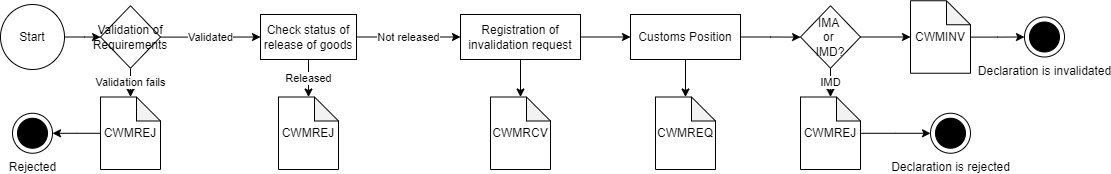
Before: Flows/invalidation.png, a diagram exported from draw.io (skat/dms-public). Source tidied: cells renumbered, new cells last; positions are measured from the earlier drawing's top-left corner, leaving out a move shared by most shapes.
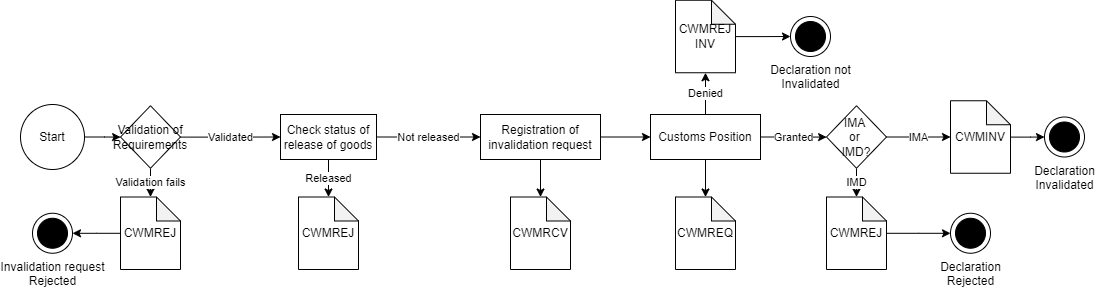
After the change.

Diff of the diagram source:
```diff
@@ -2,7 +2,7 @@
   <root>
     <mxCell id="0" />
     <mxCell id="1" parent="0" />
-    <mxCell id="2" value="Rejected" style="shape=mxgraph.sysml.actFinal;html=1;verticalLabelPosition=bottom;labelBackgroundColor=#ffffff;verticalAlign=top;" parent="1" vertex="1">
+    <mxCell id="2" value="Invalidation request&lt;br&gt;Rejected" style="shape=mxgraph.sysml.actFinal;html=1;verticalLabelPosition=bottom;labelBackgroundColor=#ffffff;verticalAlign=top;" parent="1" vertex="1">
       <mxGeometry x="12" y="112.8" width="40" height="40" as="geometry" />
     </mxCell>
     <mxCell id="3" style="edgeStyle=orthogonalEdgeStyle;rounded=0;jettySize=auto;html=1;" parent="1" edge="1" source="4" target="15">
@@ -40,7 +40,7 @@
         <mxPoint x="630" y="36.5" as="targetPoint" />
       </mxGeometry>
     </mxCell>
-    <mxCell id="14" value="Declaration is invalidated" style="shape=mxgraph.sysml.actFinal;html=1;verticalLabelPosition=bottom;labelBackgroundColor=#ffffff;verticalAlign=top;" parent="1" vertex="1">
+    <mxCell id="14" value="Declaration&lt;br&gt;Invalidated" style="shape=mxgraph.sysml.actFinal;html=1;verticalLabelPosition=bottom;labelBackgroundColor=#ffffff;verticalAlign=top;" parent="1" vertex="1">
       <mxGeometry x="1024" y="16.5" width="40" height="40" as="geometry" />
     </mxCell>
     <mxCell id="15" value="CWMRCV" style="shape=note;whiteSpace=wrap;html=1;backgroundOutline=1;darkOpacity=0.05;size=24;" parent="1" vertex="1">
@@ -58,9 +58,12 @@
     <mxCell id="19" style="edgeStyle=orthogonalEdgeStyle;rounded=0;jettySize=auto;html=1;" parent="1" edge="1" source="21" target="22">
       <mxGeometry relative="1" as="geometry" />
     </mxCell>
-    <mxCell id="20" style="edgeStyle=orthogonalEdgeStyle;rounded=0;jettySize=auto;html=1;" parent="1" edge="1" source="21" target="25">
+    <mxCell id="20" value="Granted" style="edgeStyle=orthogonalEdgeStyle;rounded=0;jettySize=auto;html=1;" parent="1" edge="1" source="21" target="25">
       <mxGeometry relative="1" as="geometry" />
     </mxCell>
+    <mxCell id="31" value="Denied" style="edgeStyle=orthogonalEdgeStyle;rounded=0;jettySize=auto;html=1;" parent="1" edge="1" source="21" target="33">
+      <mxGeometry relative="1" as="geometry" />
+    </mxCell>
     <mxCell id="21" value="Customs Position" style="whiteSpace=wrap;html=1;" parent="1" vertex="1">
       <mxGeometry x="630" y="14" width="110" height="45" as="geometry" />
     </mxCell>
@@ -70,26 +73,35 @@
     <mxCell id="23" value="IMD" style="edgeStyle=orthogonalEdgeStyle;rounded=0;jettySize=auto;html=1;" parent="1" edge="1" source="25" target="28">
       <mxGeometry relative="1" as="geometry" />
     </mxCell>
-    <mxCell id="24" style="edgeStyle=orthogonalEdgeStyle;rounded=0;jettySize=auto;html=1;" parent="1" edge="1" source="25" target="30">
+    <mxCell id="24" value="IMA" style="edgeStyle=orthogonalEdgeStyle;rounded=0;jettySize=auto;html=1;" parent="1" edge="1" source="25" target="30">
       <mxGeometry relative="1" as="geometry" />
     </mxCell>
     <mxCell id="25" value="IMA&amp;nbsp;&lt;br&gt;or&amp;nbsp;&lt;br&gt;IMD?" style="rhombus;whiteSpace=wrap;html=1;" parent="1" vertex="1">
-      <mxGeometry x="800" y="5.2" width="60" height="62.5" as="geometry" />
+      <mxGeometry x="806" y="5.2" width="60" height="62.5" as="geometry" />
     </mxCell>
-    <mxCell id="26" value="Declaration is rejected" style="shape=mxgraph.sysml.actFinal;html=1;verticalLabelPosition=bottom;labelBackgroundColor=#ffffff;verticalAlign=top;" parent="1" vertex="1">
+    <mxCell id="26" value="Declaration&lt;br&gt;Rejected" style="shape=mxgraph.sysml.actFinal;html=1;verticalLabelPosition=bottom;labelBackgroundColor=#ffffff;verticalAlign=top;" parent="1" vertex="1">
       <mxGeometry x="930" y="112.8" width="40" height="40" as="geometry" />
     </mxCell>
     <mxCell id="27" style="edgeStyle=orthogonalEdgeStyle;rounded=0;jettySize=auto;html=1;" parent="1" edge="1" source="28" target="26">
       <mxGeometry relative="1" as="geometry" />
     </mxCell>
     <mxCell id="28" value="CWMREJ" style="shape=note;whiteSpace=wrap;html=1;backgroundOutline=1;darkOpacity=0.05;size=24;" parent="1" vertex="1">
-      <mxGeometry x="800" y="96.5" width="60" height="72.5" as="geometry" />
+      <mxGeometry x="806" y="96.5" width="60" height="72.5" as="geometry" />
     </mxCell>
     <mxCell id="29" style="edgeStyle=orthogonalEdgeStyle;rounded=0;jettySize=auto;html=1;" parent="1" edge="1" source="30" target="14">
       <mxGeometry relative="1" as="geometry" />
     </mxCell>
     <mxCell id="30" value="CWMINV" style="shape=note;whiteSpace=wrap;html=1;backgroundOutline=1;darkOpacity=0.05;size=24;" parent="1" vertex="1">
-      <mxGeometry x="910" y="0.2" width="60" height="72.5" as="geometry" />
+      <mxGeometry x="930" y="0.2" width="60" height="72.5" as="geometry" />
     </mxCell>
+    <mxCell id="32" style="edgeStyle=orthogonalEdgeStyle;rounded=0;jettySize=auto;html=1;" parent="1" edge="1" source="33" target="34">
+      <mxGeometry relative="1" as="geometry" />
+    </mxCell>
+    <mxCell id="33" value="CWMREJ&lt;br&gt;INV" style="shape=note;whiteSpace=wrap;html=1;backgroundOutline=1;darkOpacity=0.05;size=24;" parent="1" vertex="1">
+      <mxGeometry x="655" y="-100.2" width="60" height="72.5" as="geometry" />
+    </mxCell>
+    <mxCell id="34" value="Declaration not&lt;br&gt;Invalidated" style="shape=mxgraph.sysml.actFinal;html=1;verticalLabelPosition=bottom;labelBackgroundColor=#ffffff;verticalAlign=top;" parent="1" vertex="1">
+      <mxGeometry x="770" y="-84" width="40" height="40" as="geometry" />
+    </mxCell>
   </root>
 </mxGraphModel>
```
